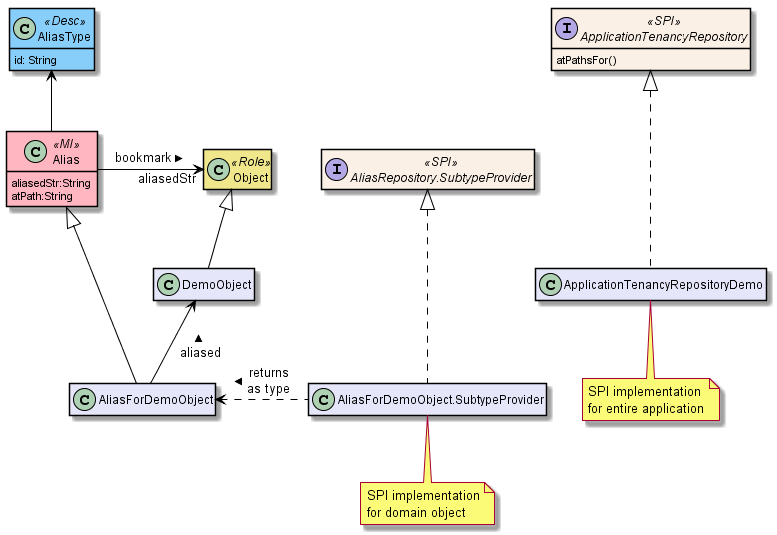
This is adocs/documentation/src/main/asciidoc/modules/dom/alias/images/class-diagram.png from incodehq/incode-platform, a PlantUML export, as it was before one commit.
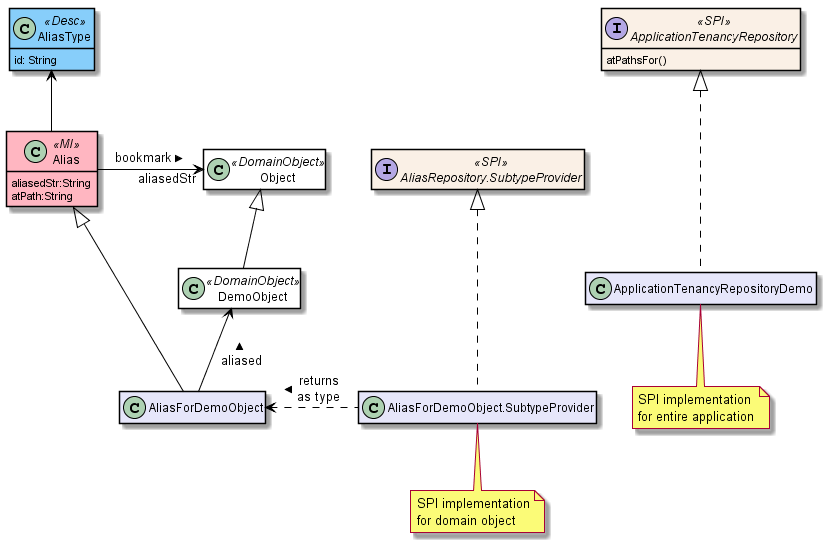
After the change.

Change to the diagram source:
```diff
@@ -9,6 +9,7 @@
 	BackgroundColor<<MI>> LightPink
 	BackgroundColor<<MomentOfTime>> LightPink
 	BackgroundColor<<IntervalOfTime>> LightPink
+	BackgroundColor<<DomainObject>> White
 	BackgroundColor<<SPI>> Linen
 	BackgroundColor Lavender
 	ArrowColor Black
@@ -28,13 +29,13 @@
 
 
 
-class DemoObject {
+class DemoObject<<DomainObject>> {
 }
 
 class AliasForDemoObject {
 }
 
-class Object<<Role>> {
+class Object<<DomainObject>> {
 }
 
 class DemoObject {
```
